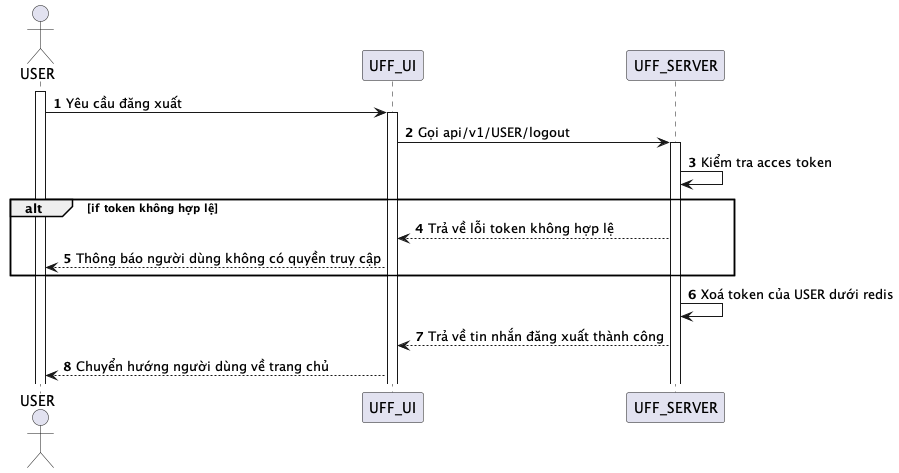
The PlantUML diagram out/SequenceDiagram/User/logout/logout.png in congdanh0101/fast-food, before a commit.
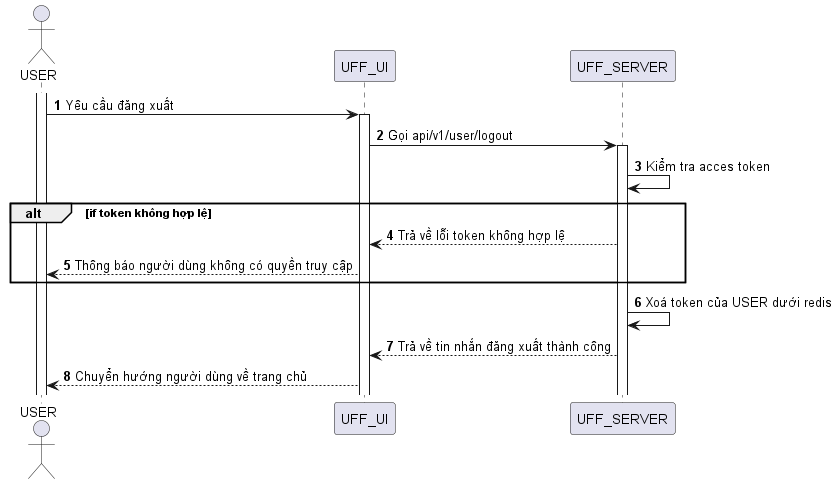
Later version of the same file.

The edit, as a diff of the source:
```diff
@@ -4,7 +4,7 @@
 activate USER
 USER -> UFF_UI: Yêu cầu đăng xuất
 activate UFF_UI
-UFF_UI -> UFF_SERVER: Gọi api/v1/USER/logout
+UFF_UI -> UFF_SERVER: Gọi api/v1/user/logout
 activate UFF_SERVER
 UFF_SERVER -> UFF_SERVER: Kiểm tra acces token
 alt if token không hợp lệ
```
